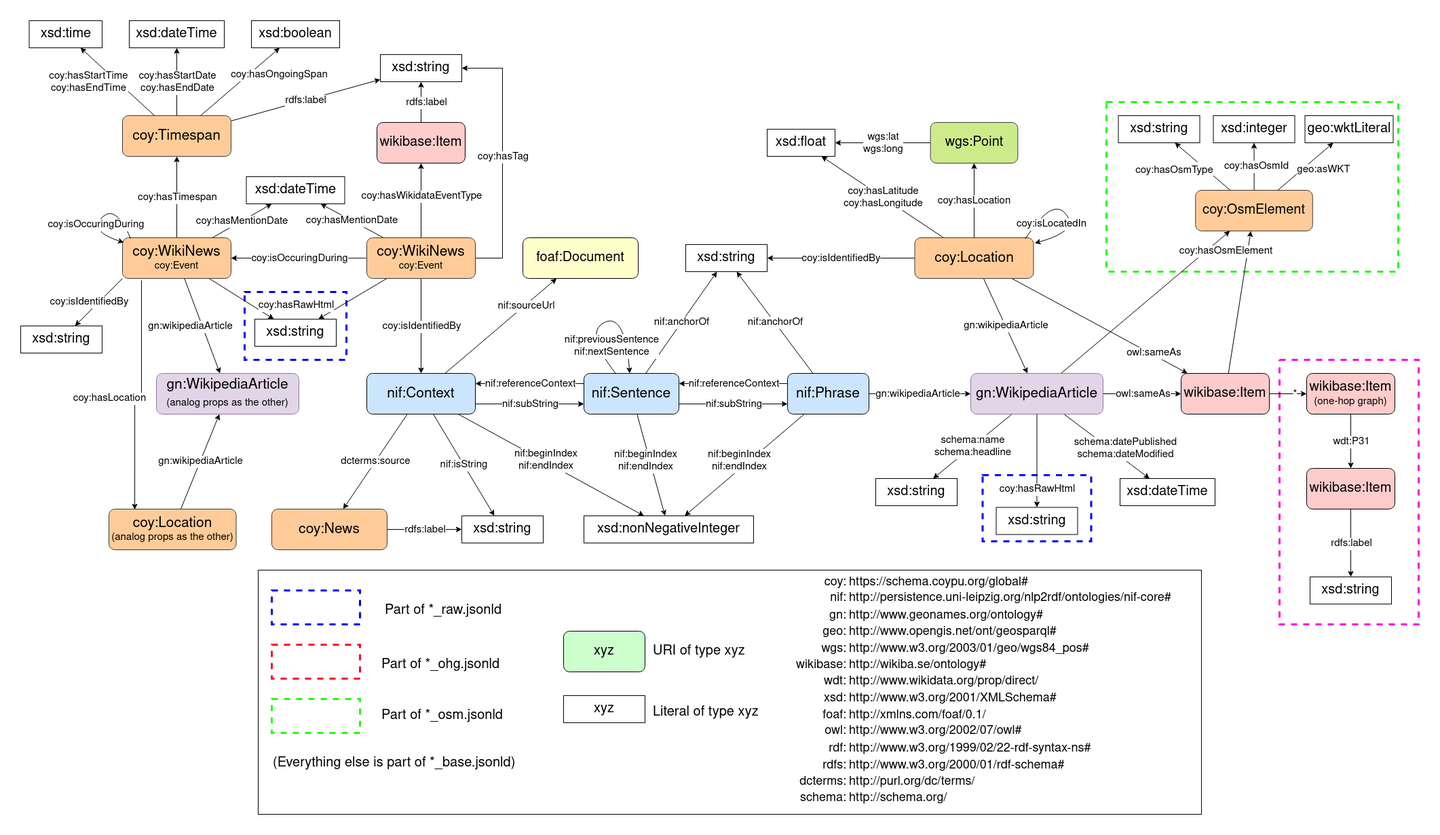
Earlier version of the draw.io export docs/Schema.drawio.png (semantic-systems/current-events-to-kg). Source tidied: cells renumbered, new cells last; positions are measured from the earlier drawing's top-left corner, leaving out a move shared by most shapes.
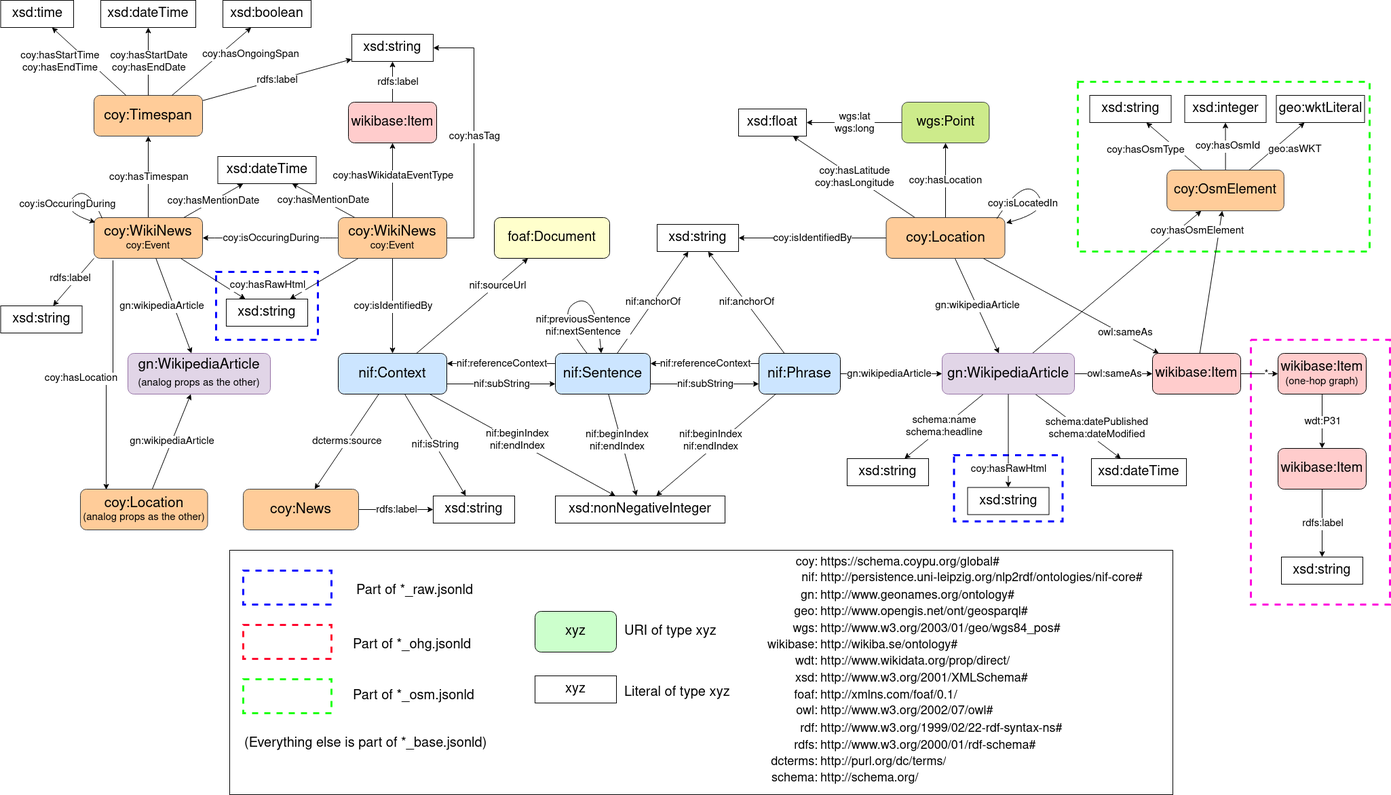
The same file after the commit.

Commit message:
updated schema overview

The edit, as a diff of the source:
```diff
@@ -594,14 +594,14 @@
       </mxGeometry>
     </mxCell>
     <mxCell id="183" value="&lt;font style=&quot;font-size: 20px;&quot;&gt;xsd:string&lt;/font&gt;" style="rounded=0;whiteSpace=wrap;html=1;labelBackgroundColor=default;fontFamily=Helvetica;fontSize=15;fontColor=default;fillColor=none;gradientColor=none;" parent="1" vertex="1">
-      <mxGeometry y="450" width="120" height="40" as="geometry" />
+      <mxGeometry x="12.5" y="450" width="120" height="40" as="geometry" />
     </mxCell>
     <mxCell id="184" style="edgeStyle=none;rounded=0;jettySize=auto;html=1;fontSize=15;exitX=0;exitY=1;exitDx=0;exitDy=0;" parent="1" edge="1" source="150" target="183">
       <mxGeometry relative="1" as="geometry" />
     </mxCell>
-    <mxCell id="185" value="coy:isIdentifiedBy" style="edgeLabel;html=1;align=center;verticalAlign=middle;fontSize=15;" parent="184" vertex="1">
+    <mxCell id="185" value="rdfs:label" style="edgeLabel;html=1;align=center;verticalAlign=middle;fontSize=15;" parent="184" vertex="1">
       <mxGeometry relative="1" as="geometry">
-        <mxPoint x="-15" as="offset" />
+        <mxPoint x="-5" y="-5" as="offset" />
       </mxGeometry>
     </mxCell>
     <mxCell id="186" style="edgeStyle=none;rounded=0;jettySize=auto;html=1;fontSize=21;" parent="1" edge="1" source="190" target="20">
```
